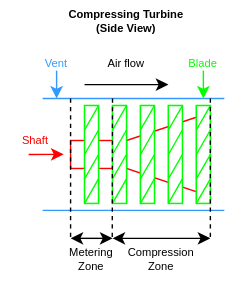
The draw.io diagram ideate/dan-concept-gen-turbine-sketches.drawio.svg in dennuguyen/desn2000, before a commit. Source tidied: cells renumbered, new cells last; positions are measured from the earlier drawing's top-left corner, leaving out a move shared by most shapes.
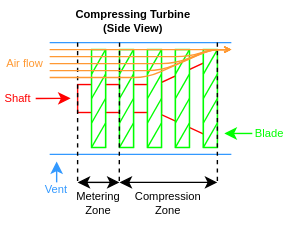
The same diagram one commit later.

Commit message:
Show how air flow works.

Change to the diagram source:
```diff
@@ -15,19 +15,13 @@
       </mxGeometry>
     </mxCell>
     <mxCell id="4" style="triangle;whiteSpace=wrap;html=1;fontColor=none;strokeColor=#FF0000;noLabel=1;rotation=-180;" parent="1" vertex="1">
-      <mxGeometry x="60" y="80" width="90" height="60" as="geometry" />
+      <mxGeometry x="85" y="80" width="65" height="60" as="geometry" />
     </mxCell>
-    <mxCell id="5" style="endArrow=classic;html=1;fontColor=none;" parent="1" edge="1">
-      <mxGeometry relative="1" as="geometry">
-        <mxPoint x="60" y="60" as="sourcePoint" />
-        <mxPoint x="120" y="60" as="targetPoint" />
-      </mxGeometry>
-    </mxCell>
-    <mxCell id="6" value="Air flow" style="text;html=1;strokeColor=none;fillColor=none;align=center;verticalAlign=middle;whiteSpace=wrap;rounded=0;fontColor=none;fontSize=8;" parent="1" vertex="1">
-      <mxGeometry x="60" y="30" width="60" height="30" as="geometry" />
+    <mxCell id="6" value="Air flow" style="text;html=1;strokeColor=none;fillColor=none;align=center;verticalAlign=middle;whiteSpace=wrap;rounded=0;fontColor=#FF9933;fontSize=8;" parent="1" vertex="1">
+      <mxGeometry x="-5" y="80" width="35" height="10" as="geometry" />
     </mxCell>
     <mxCell id="7" style="rounded=0;whiteSpace=wrap;html=1;strokeColor=#FF0000;" parent="1" vertex="1">
-      <mxGeometry x="50" y="100" width="40" height="20" as="geometry" />
+      <mxGeometry x="50" y="100" width="60" height="20" as="geometry" />
     </mxCell>
     <mxCell id="8" style="endArrow=classic;html=1;fontColor=none;strokeColor=#FF0000;" parent="1" edge="1">
       <mxGeometry relative="1" as="geometry">
@@ -36,7 +30,7 @@
       </mxGeometry>
     </mxCell>
     <mxCell id="9" value="Shaft" style="text;html=1;strokeColor=none;fillColor=none;align=center;verticalAlign=middle;whiteSpace=wrap;rounded=0;fontColor=#FF0000;fontSize=8;" parent="1" vertex="1">
-      <mxGeometry y="90" width="50" height="20" as="geometry" />
+      <mxGeometry x="-5" y="105" width="25" height="10" as="geometry" />
     </mxCell>
     <mxCell id="10" value="Compression Zone&amp;nbsp;" style="text;html=1;strokeColor=none;fillColor=none;align=center;verticalAlign=middle;whiteSpace=wrap;rounded=0;fontColor=none;fontSize=8;" parent="1" vertex="1">
       <mxGeometry x="85" y="170" width="60" height="30" as="geometry" />
@@ -57,16 +51,16 @@
       <mxGeometry x="45" y="170" width="40" height="30" as="geometry" />
     </mxCell>
     <mxCell id="14" value="Compressing Turbine (Side View)" style="text;html=1;strokeColor=none;fillColor=none;align=center;verticalAlign=middle;whiteSpace=wrap;rounded=0;fontSize=8;fontColor=none;fontStyle=1;" parent="1" vertex="1">
-      <mxGeometry x="40" width="100" height="30" as="geometry" />
+      <mxGeometry x="40" y="40" width="100" height="30" as="geometry" />
     </mxCell>
     <mxCell id="15" style="endArrow=classic;html=1;fontColor=#00FF00;strokeColor=#00FF00;" parent="1" edge="1">
       <mxGeometry relative="1" as="geometry">
-        <mxPoint x="145" y="50" as="sourcePoint" />
-        <mxPoint x="145" y="70" as="targetPoint" />
+        <mxPoint x="175" y="135" as="sourcePoint" />
+        <mxPoint x="155" y="135" as="targetPoint" />
       </mxGeometry>
     </mxCell>
     <mxCell id="16" value="Blade" style="text;html=1;strokeColor=none;fillColor=none;align=center;verticalAlign=middle;whiteSpace=wrap;rounded=0;fontColor=#00FF00;fontSize=8;" parent="1" vertex="1">
-      <mxGeometry x="115" y="30" width="60" height="30" as="geometry" />
+      <mxGeometry x="175" y="130" width="25" height="10" as="geometry" />
     </mxCell>
     <mxCell id="17" style="group;fontColor=#00FF00;strokeColor=#00FF00;" parent="1" vertex="1">
       <mxGeometry x="60" y="75" width="10" height="70" as="geometry" />
@@ -177,13 +171,59 @@
       </mxGeometry>
     </mxCell>
     <mxCell id="50" value="&lt;font&gt;Vent&lt;/font&gt;" style="text;html=1;strokeColor=none;fillColor=none;align=center;verticalAlign=middle;whiteSpace=wrap;rounded=0;fontColor=#3399FF;fontSize=8;" parent="1" vertex="1">
-      <mxGeometry x="10" y="30" width="60" height="30" as="geometry" />
+      <mxGeometry x="25" y="170" width="20" height="10" as="geometry" />
     </mxCell>
     <mxCell id="51" style="endArrow=classic;html=1;fontSize=8;fontColor=#3333FF;strokeColor=#3399FF;" parent="1" edge="1">
       <mxGeometry relative="1" as="geometry">
-        <mxPoint x="40" y="50" as="sourcePoint" />
-        <mxPoint x="40" y="70" as="targetPoint" />
+        <mxPoint x="35" y="170" as="sourcePoint" />
+        <mxPoint x="35" y="155" as="targetPoint" />
       </mxGeometry>
     </mxCell>
+    <mxCell id="5" style="endArrow=open;html=1;fontColor=none;endFill=0;strokeWidth=1;startSize=3;endSize=3;strokeColor=#FF9933;" parent="1" edge="1">
+      <mxGeometry relative="1" as="geometry">
+        <mxPoint x="30" y="75" as="sourcePoint" />
+        <mxPoint x="160" y="75" as="targetPoint" />
+      </mxGeometry>
+    </mxCell>
+    <mxCell id="52" style="endArrow=open;html=1;fontColor=none;endFill=0;strokeWidth=1;startSize=3;endSize=3;strokeColor=#FF9933;" parent="1" edge="1">
+      <mxGeometry relative="1" as="geometry">
+        <mxPoint x="30" y="80" as="sourcePoint" />
+        <mxPoint x="160" y="75" as="targetPoint" />
+        <Array as="points">
+          <mxPoint x="130" y="80" />
+          <mxPoint x="145" y="75" />
+        </Array>
+      </mxGeometry>
+    </mxCell>
+    <mxCell id="53" style="endArrow=open;html=1;fontColor=none;endFill=0;strokeWidth=1;startSize=3;endSize=3;strokeColor=#FF9933;" parent="1" edge="1">
+      <mxGeometry relative="1" as="geometry">
+        <mxPoint x="30" y="85" as="sourcePoint" />
+        <mxPoint x="160" y="75" as="targetPoint" />
+        <Array as="points">
+          <mxPoint x="120" y="85" />
+          <mxPoint x="145" y="75" />
+        </Array>
+      </mxGeometry>
+    </mxCell>
+    <mxCell id="54" style="endArrow=open;html=1;fontColor=none;endFill=0;strokeWidth=1;startSize=3;endSize=3;strokeColor=#FF9933;" parent="1" edge="1">
+      <mxGeometry relative="1" as="geometry">
+        <mxPoint x="30" y="90" as="sourcePoint" />
+        <mxPoint x="160" y="75" as="targetPoint" />
+        <Array as="points">
+          <mxPoint x="110" y="90" />
+          <mxPoint x="145" y="75" />
+        </Array>
+      </mxGeometry>
+    </mxCell>
+    <mxCell id="55" style="endArrow=open;html=1;fontColor=none;endFill=0;strokeWidth=1;startSize=3;endSize=3;strokeColor=#FF9933;" parent="1" edge="1">
+      <mxGeometry relative="1" as="geometry">
+        <mxPoint x="30" y="95" as="sourcePoint" />
+        <mxPoint x="160" y="75" as="targetPoint" />
+        <Array as="points">
+          <mxPoint x="100" y="95" />
+          <mxPoint x="145" y="75" />
+        </Array>
+      </mxGeometry>
+    </mxCell>
   </root>
 </mxGraphModel>
```
